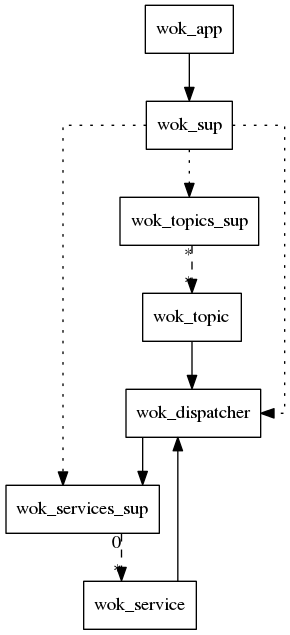
The Graphviz diagram wok.call.png in botsunit/wok, before a commit. Its source is kept beside it as wok.call.gv.
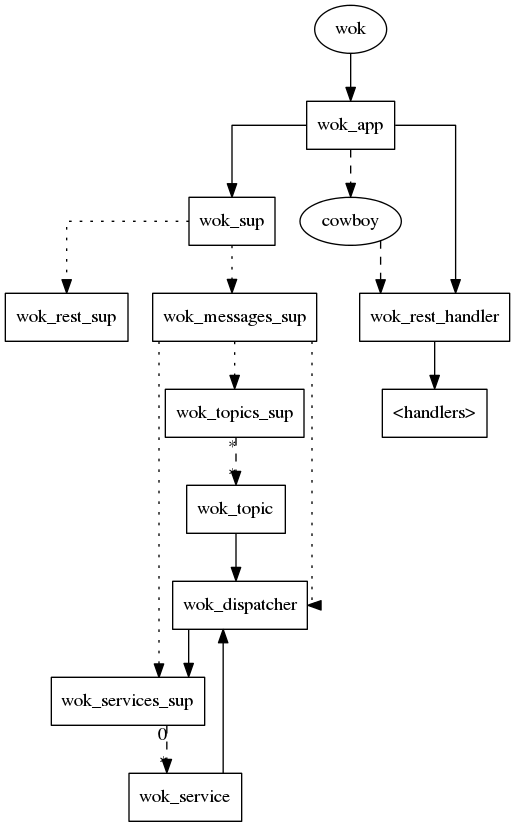
The same diagram one commit later.

What changed in the source:
```diff
@@ -2,11 +2,22 @@
   splines=ortho;
   node[shape=box];
 
+  wok[shape=oval];
+  wok -> wok_app;
   wok_app -> wok_sup;
 
-  wok_sup -> wok_dispatcher [style=dotted];
-  wok_sup -> wok_services_sup [style=dotted];
-  wok_sup -> wok_topics_sup [style=dotted];
+  cowboy[shape=oval];
+  wok_app -> cowboy [style=dashed];
+  wok_app -> wok_rest_handler;
+  cowboy -> wok_rest_handler [style=dashed];
+  wok_rest_handler -> "<handlers>";
+
+  wok_sup -> wok_messages_sup [style=dotted];
+  wok_sup -> wok_rest_sup [style=dotted];
+
+  wok_messages_sup -> wok_dispatcher [style=dotted];
+  wok_messages_sup -> wok_services_sup [style=dotted];
+  wok_messages_sup -> wok_topics_sup [style=dotted];
 
   wok_dispatcher -> wok_services_sup;
 
```
